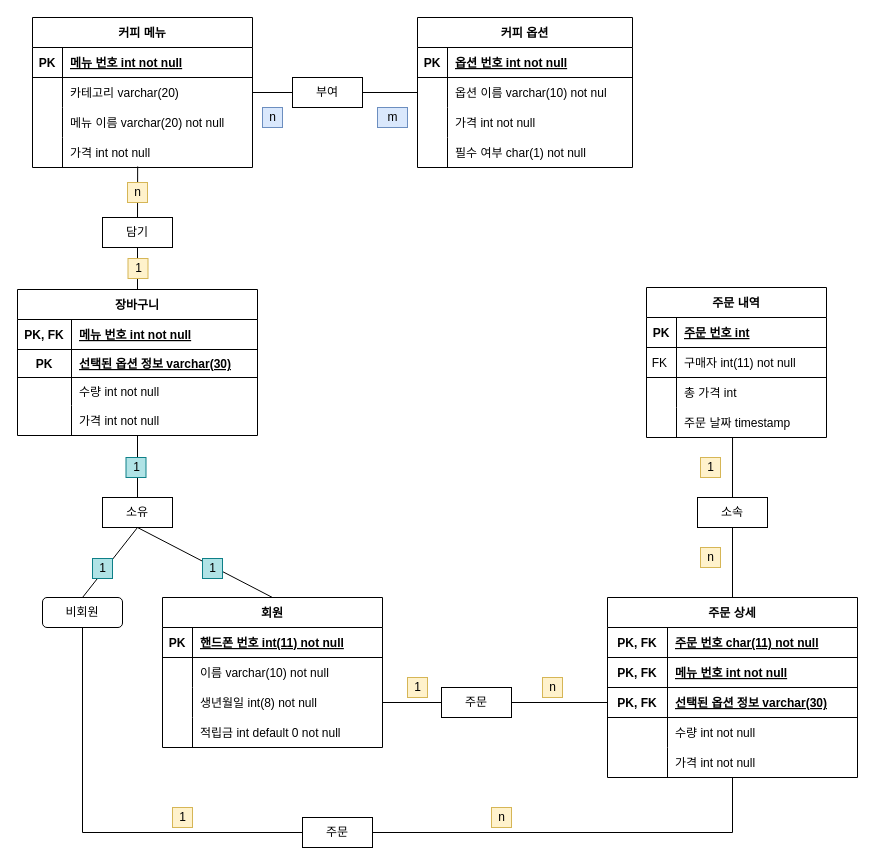
jdohun/22-1Database keeps this draw.io diagram as physical_ERD.drawio. Above is the earlier version. Source tidied: cells renumbered, new cells numbered last; positions are measured from the earlier drawing's top-left corner, leaving out a move shared by most shapes. Both pictures are drawn from the tidied source at 100%, with x=0, y=0 at pixel (17, 17).
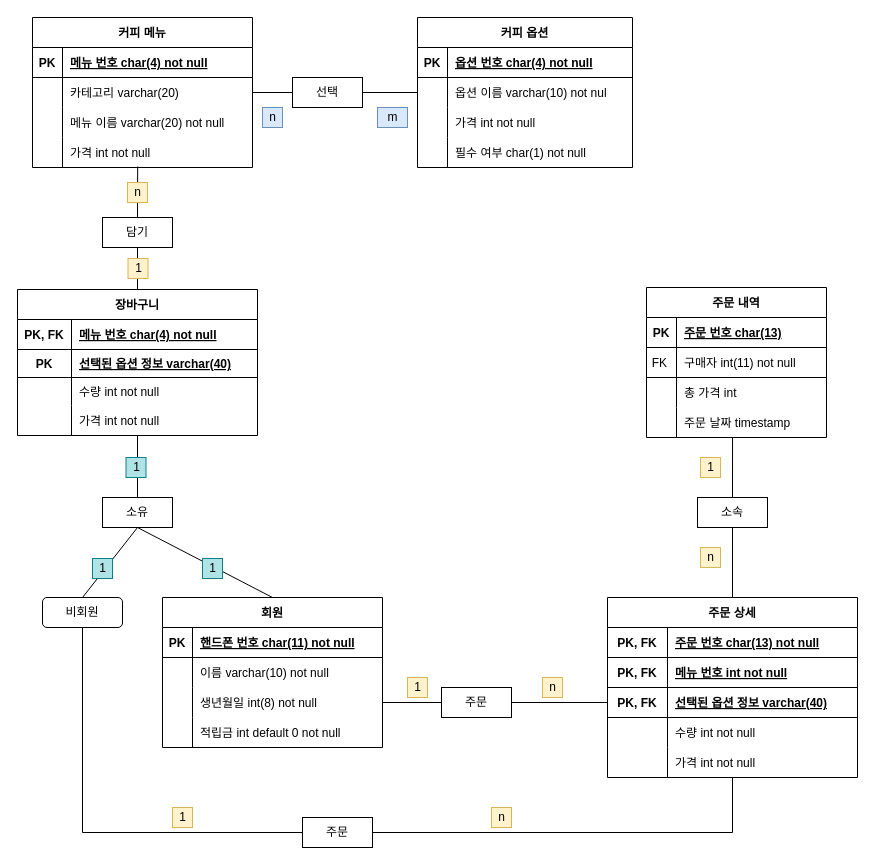
The same page after the edit.

The change refers to these unchanged cells:
```xml
<mxCell id="3" style="shape=tableRow;horizontal=0;startSize=0;swimlaneHead=0;swimlaneBody=0;fillColor=none;top=0;left=0;right=0;bottom=1;" parent="2" vertex="1">
  <mxGeometry y="30" width="220" height="30" as="geometry" />
</mxCell>
<mxCell id="16" style="shape=tableRow;horizontal=0;startSize=0;swimlaneHead=0;swimlaneBody=0;fillColor=none;top=0;left=0;right=0;bottom=1;" parent="15" vertex="1">
  <mxGeometry y="30" width="215" height="30" as="geometry" />
</mxCell>
<mxCell id="29" style="shape=tableRow;horizontal=0;startSize=0;swimlaneHead=0;swimlaneBody=0;fillColor=none;top=0;left=0;right=0;bottom=1;" parent="28" vertex="1">
  <mxGeometry y="30" width="240" height="30" as="geometry" />
</mxCell>
<mxCell id="32" style="shape=tableRow;horizontal=0;startSize=0;swimlaneHead=0;swimlaneBody=0;fillColor=none;top=0;left=0;right=0;bottom=1;" parent="28" vertex="1">
  <mxGeometry y="60" width="240" height="28" as="geometry" />
</mxCell>
<mxCell id="51" style="shape=tableRow;horizontal=0;startSize=0;swimlaneHead=0;swimlaneBody=0;fillColor=none;top=0;left=0;right=0;bottom=1;" parent="50" vertex="1">
  <mxGeometry y="30" width="220" height="30" as="geometry" />
</mxCell>
<mxCell id="66" style="shape=tableRow;horizontal=0;startSize=0;swimlaneHead=0;swimlaneBody=0;fillColor=none;top=0;left=0;right=0;bottom=1;" parent="65" vertex="1">
  <mxGeometry y="30" width="250" height="30" as="geometry" />
</mxCell>
<mxCell id="72" style="shape=tableRow;horizontal=0;startSize=0;swimlaneHead=0;swimlaneBody=0;fillColor=none;points=[[0,0.5],[1,0.5]];portConstraint=eastwest;top=0;left=0;right=0;bottom=1;" parent="65" vertex="1">
  <mxGeometry y="90" width="250" height="30" as="geometry" />
</mxCell>
<mxCell id="85" style="shape=tableRow;horizontal=0;startSize=0;swimlaneHead=0;swimlaneBody=0;fillColor=none;top=0;left=0;right=0;bottom=1;" parent="84" vertex="1">
  <mxGeometry y="30" width="180" height="30" as="geometry" />
</mxCell>
```

The edit, as a diff of the source:
```diff
@@
-    <mxCell id="5" value="메뉴 번호 int not null" style="shape=partialRectangle;fillColor=none;top=0;left=0;bottom=0;right=0;align=left;spacingLeft=6;fontStyle=5;overflow=hidden;" parent="3" vertex="1">
+    <mxCell id="5" value="메뉴 번호 char(4) not null" style="shape=partialRectangle;fillColor=none;top=0;left=0;bottom=0;right=0;align=left;spacingLeft=6;fontStyle=5;overflow=hidden;" parent="3" vertex="1">
       <mxGeometry x="30" width="190" height="30" as="geometry" />
     </mxCell>
@@
-    <mxCell id="18" value="옵션 번호 int not null" style="shape=partialRectangle;fillColor=none;top=0;left=0;bottom=0;right=0;align=left;spacingLeft=6;fontStyle=5;overflow=hidden;" parent="16" vertex="1">
+    <mxCell id="18" value="옵션 번호 char(4) not null" style="shape=partialRectangle;fillColor=none;top=0;left=0;bottom=0;right=0;align=left;spacingLeft=6;fontStyle=5;overflow=hidden;" parent="16" vertex="1">
       <mxGeometry x="30" width="185" height="30" as="geometry" />
     </mxCell>
@@
-    <mxCell id="31" value="메뉴 번호 int not null" style="shape=partialRectangle;fillColor=none;top=0;left=0;bottom=0;right=0;align=left;spacingLeft=6;fontStyle=5;overflow=hidden;" parent="29" vertex="1">
+    <mxCell id="31" value="메뉴 번호 char(4) not null" style="shape=partialRectangle;fillColor=none;top=0;left=0;bottom=0;right=0;align=left;spacingLeft=6;fontStyle=5;overflow=hidden;" parent="29" vertex="1">
       <mxGeometry x="54" width="186" height="30" as="geometry" />
     </mxCell>
@@
-    <mxCell id="34" value="선택된 옵션 정보 varchar(30)" style="shape=partialRectangle;fillColor=none;top=0;left=0;bottom=0;right=0;align=left;spacingLeft=6;fontStyle=5;overflow=hidden;" parent="32" vertex="1">
+    <mxCell id="34" value="선택된 옵션 정보 varchar(40)" style="shape=partialRectangle;fillColor=none;top=0;left=0;bottom=0;right=0;align=left;spacingLeft=6;fontStyle=5;overflow=hidden;" parent="32" vertex="1">
       <mxGeometry x="54" width="186" height="28" as="geometry" />
     </mxCell>
@@
-    <mxCell id="42" value="부여" style="rounded=0;whiteSpace=wrap;html=1;" parent="1" vertex="1">
+    <mxCell id="42" value="선택" style="rounded=0;whiteSpace=wrap;html=1;" parent="1" vertex="1">
       <mxGeometry x="275" y="60" width="70" height="30" as="geometry" />
     </mxCell>
@@
-    <mxCell id="53" value="핸드폰 번호 int(11) not null" style="shape=partialRectangle;fillColor=none;top=0;left=0;bottom=0;right=0;align=left;spacingLeft=6;fontStyle=5;overflow=hidden;" parent="51" vertex="1">
+    <mxCell id="53" value="핸드폰 번호 char(11) not null" style="shape=partialRectangle;fillColor=none;top=0;left=0;bottom=0;right=0;align=left;spacingLeft=6;fontStyle=5;overflow=hidden;" parent="51" vertex="1">
       <mxGeometry x="30" width="190" height="30" as="geometry" />
     </mxCell>
@@
-    <mxCell id="68" value="주문 번호 char(11) not null" style="shape=partialRectangle;fillColor=none;top=0;left=0;bottom=0;right=0;align=left;spacingLeft=6;fontStyle=5;overflow=hidden;" parent="66" vertex="1">
+    <mxCell id="68" value="주문 번호 char(13) not null" style="shape=partialRectangle;fillColor=none;top=0;left=0;bottom=0;right=0;align=left;spacingLeft=6;fontStyle=5;overflow=hidden;" parent="66" vertex="1">
       <mxGeometry x="60" width="190" height="30" as="geometry" />
     </mxCell>
@@
-    <mxCell id="74" value="선택된 옵션 정보 varchar(30)" style="shape=partialRectangle;fillColor=none;top=0;left=0;bottom=0;right=0;align=left;spacingLeft=6;fontStyle=5;overflow=hidden;" parent="72" vertex="1">
+    <mxCell id="74" value="선택된 옵션 정보 varchar(40)" style="shape=partialRectangle;fillColor=none;top=0;left=0;bottom=0;right=0;align=left;spacingLeft=6;fontStyle=5;overflow=hidden;" parent="72" vertex="1">
       <mxGeometry x="60" width="190" height="30" as="geometry" />
     </mxCell>
@@
-    <mxCell id="87" value="주문 번호 int" style="shape=partialRectangle;fillColor=none;top=0;left=0;bottom=0;right=0;align=left;spacingLeft=6;fontStyle=5;overflow=hidden;" parent="85" vertex="1">
+    <mxCell id="87" value="주문 번호 char(13)" style="shape=partialRectangle;fillColor=none;top=0;left=0;bottom=0;right=0;align=left;spacingLeft=6;fontStyle=5;overflow=hidden;" parent="85" vertex="1">
       <mxGeometry x="30" width="150" height="30" as="geometry" />
     </mxCell>
```
